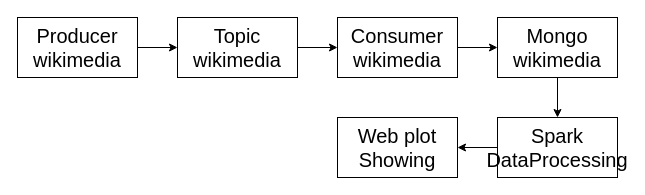
Above: streaming_demo.drawio in Andy851127/kafka-python (draw.io), before the change. Source tidied: cells renumbered, new cells numbered last; positions are measured from the earlier drawing's top-left corner, leaving out a move shared by most shapes. Both pictures are drawn from the tidied source at 100%, with x=0, y=0 at pixel (17, 17).
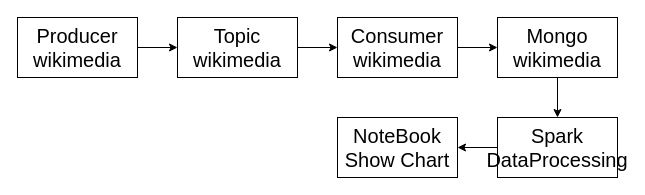
After the change.

What changed in the source:
```diff
@@
 <mxGraphModel>
   <root>
     <mxCell id="0" />
     <mxCell id="1" parent="0" />
     <mxCell id="2" style="edgeStyle=orthogonalEdgeStyle;rounded=0;jettySize=auto;html=1;fontSize=20;" parent="1" edge="1" source="3" target="7">
       <mxGeometry relative="1" as="geometry" />
     </mxCell>
     <mxCell id="3" value="&lt;span style=&quot;font-size: 20px;&quot;&gt;Producer&lt;br&gt;wikimedia&lt;br&gt;&lt;/span&gt;" style="rounded=0;whiteSpace=wrap;html=1;" parent="1" vertex="1">
       <mxGeometry width="120" height="60" as="geometry" />
     </mxCell>
     <mxCell id="4" style="edgeStyle=orthogonalEdgeStyle;rounded=0;jettySize=auto;html=1;fontSize=20;" parent="1" edge="1" source="5" target="9">
       <mxGeometry relative="1" as="geometry" />
     </mxCell>
     <mxCell id="5" value="&lt;span style=&quot;font-size: 20px;&quot;&gt;Consumer&lt;br&gt;wikimedia&lt;br&gt;&lt;/span&gt;" style="rounded=0;whiteSpace=wrap;html=1;" parent="1" vertex="1">
       <mxGeometry x="320" width="120" height="60" as="geometry" />
     </mxCell>
     <mxCell id="6" style="edgeStyle=orthogonalEdgeStyle;rounded=0;jettySize=auto;html=1;fontSize=20;" parent="1" edge="1" source="7" target="5">
       <mxGeometry relative="1" as="geometry" />
     </mxCell>
     <mxCell id="7" value="&lt;span style=&quot;font-size: 20px;&quot;&gt;Topic&lt;br&gt;wikimedia&lt;br&gt;&lt;/span&gt;" style="rounded=0;whiteSpace=wrap;html=1;" parent="1" vertex="1">
       <mxGeometry x="160" width="120" height="60" as="geometry" />
     </mxCell>
     <mxCell id="8" style="edgeStyle=orthogonalEdgeStyle;rounded=0;jettySize=auto;html=1;fontSize=20;" parent="1" edge="1" source="9" target="11">
       <mxGeometry relative="1" as="geometry" />
     </mxCell>
     <mxCell id="9" value="&lt;span style=&quot;font-size: 20px;&quot;&gt;Mongo&lt;br&gt;wikimedia&lt;br&gt;&lt;/span&gt;" style="rounded=0;whiteSpace=wrap;html=1;" parent="1" vertex="1">
       <mxGeometry x="480" width="120" height="60" as="geometry" />
     </mxCell>
     <mxCell id="10" style="edgeStyle=orthogonalEdgeStyle;rounded=0;jettySize=auto;html=1;fontSize=20;" parent="1" edge="1" source="11" target="12">
       <mxGeometry relative="1" as="geometry" />
     </mxCell>
     <mxCell id="11" value="&lt;span style=&quot;font-size: 20px;&quot;&gt;Spark&lt;br&gt;DataProcessing&lt;br&gt;&lt;/span&gt;" style="rounded=0;whiteSpace=wrap;html=1;" parent="1" vertex="1">
       <mxGeometry x="480" y="100" width="120" height="60" as="geometry" />
     </mxCell>
-    <mxCell id="12" value="&lt;font style=&quot;font-size: 20px;&quot;&gt;Web plot&lt;br&gt;Showing&lt;br&gt;&lt;/font&gt;" style="rounded=0;whiteSpace=wrap;html=1;" parent="1" vertex="1">
+    <mxCell id="12" value="&lt;font style=&quot;font-size: 20px;&quot;&gt;NoteBook Show Chart&lt;br&gt;&lt;/font&gt;" style="rounded=0;whiteSpace=wrap;html=1;" parent="1" vertex="1">
       <mxGeometry x="320" y="100" width="120" height="60" as="geometry" />
     </mxCell>
   </root>
 </mxGraphModel>
```
